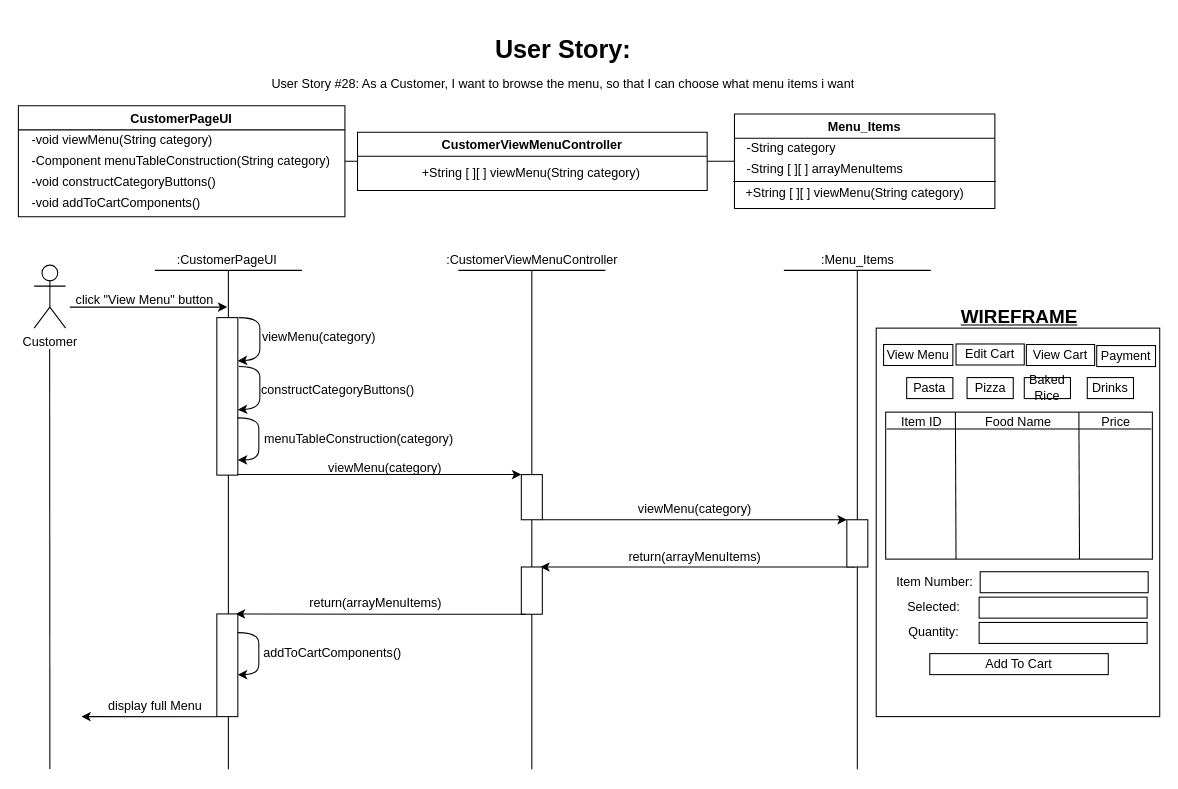
This is BCE_UML_and_Diagrams/Customer (WIP)/Customer_Browse(#28)/UserStory#28_Customer_Browse.drawio from extred5700/JAVAGUI-Restaurant-Table-Order-System, a draw.io file, before an edit. Source tidied: cells renumbered, new cells numbered last; positions are measured from the earlier drawing's top-left corner, leaving out a move shared by most shapes. Both pictures are drawn from the tidied source at 105%, with x=0, y=0 at pixel (18, 28).
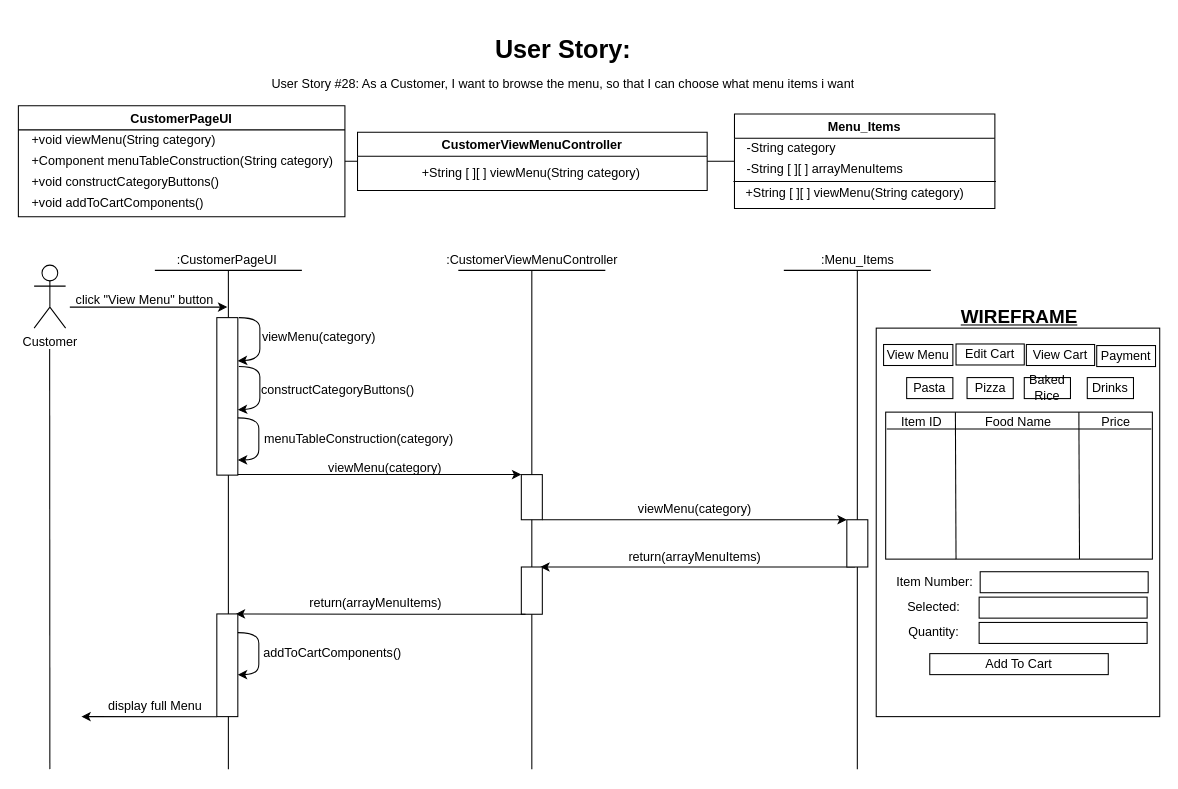
The same page after the edit.

The change refers to these unchanged cells:
```xml
<mxCell id="4" value="CustomerPageUI" style="swimlane;" parent="1" vertex="1">
  <mxGeometry y="73.2" width="311" height="105.8" as="geometry" />
</mxCell>
```

What changed in the source:
```diff
@@
-    <mxCell id="5" value="-void viewMenu(String category)" style="text;html=1;align=left;verticalAlign=middle;strokeColor=none;fillColor=none;" parent="4" vertex="1">
+    <mxCell id="5" value="+void viewMenu(String category)" style="text;html=1;align=left;verticalAlign=middle;strokeColor=none;fillColor=none;" parent="4" vertex="1">
       <mxGeometry x="11" y="23" width="190" height="20" as="geometry" />
     </mxCell>
-    <mxCell id="6" value="-Component menuTableConstruction(String category)" style="text;html=1;align=left;verticalAlign=middle;strokeColor=none;fillColor=none;" parent="4" vertex="1">
+    <mxCell id="6" value="+Component menuTableConstruction(String category)" style="text;html=1;align=left;verticalAlign=middle;strokeColor=none;fillColor=none;" parent="4" vertex="1">
       <mxGeometry x="11" y="43" width="300" height="20" as="geometry" />
     </mxCell>
-    <mxCell id="7" value="-void constructCategoryButtons()" style="text;html=1;align=left;verticalAlign=middle;strokeColor=none;fillColor=none;" parent="4" vertex="1">
+    <mxCell id="7" value="+void constructCategoryButtons()" style="text;html=1;align=left;verticalAlign=middle;strokeColor=none;fillColor=none;" parent="4" vertex="1">
       <mxGeometry x="11" y="63" width="190" height="20" as="geometry" />
     </mxCell>
-    <mxCell id="8" value="-void addToCartComponents()" style="text;html=1;align=left;verticalAlign=middle;strokeColor=none;fillColor=none;" parent="4" vertex="1">
+    <mxCell id="8" value="+void addToCartComponents()" style="text;html=1;align=left;verticalAlign=middle;strokeColor=none;fillColor=none;" parent="4" vertex="1">
       <mxGeometry x="11" y="83" width="180" height="20" as="geometry" />
     </mxCell>
```
